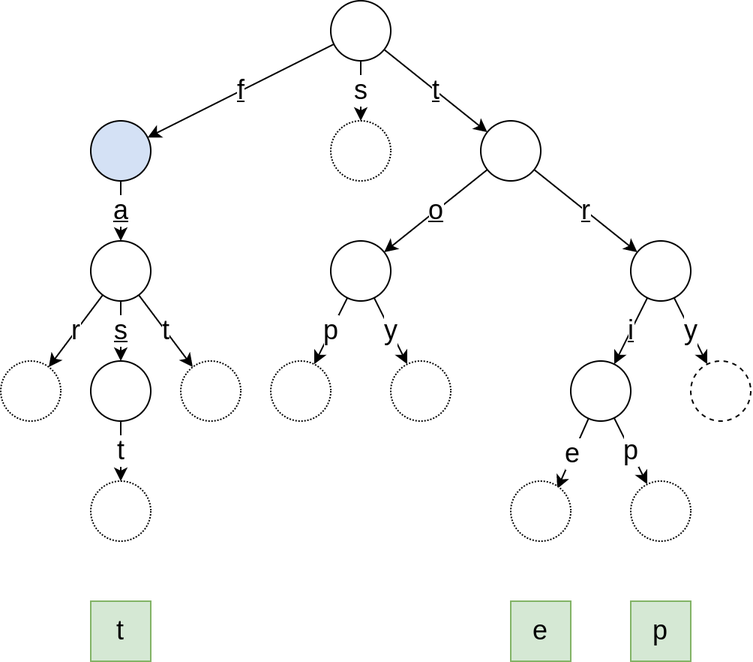
This is presentation/resources/initializing_surf_5.png from Lavode/63112-data-management-data-structures, a draw.io export, as it was before one commit. Source tidied: cells renumbered, new cells last; positions are measured from the earlier drawing's top-left corner, leaving out a move shared by most shapes. Its diagram source:
```xml
<mxGraphModel>
  <root>
    <mxCell id="0" />
    <mxCell id="1" parent="0" />
    <mxCell id="2" value="f" style="rounded=0;jettySize=auto;html=1;fontSize=18;fontStyle=4;" parent="1" edge="1" source="5" target="11">
      <mxGeometry relative="1" as="geometry" />
    </mxCell>
    <mxCell id="3" value="s" style="edgeStyle=none;rounded=0;jettySize=auto;html=1;fontSize=18;" parent="1" edge="1" source="5" target="9">
      <mxGeometry relative="1" as="geometry" />
    </mxCell>
    <mxCell id="4" value="t" style="edgeStyle=none;rounded=0;jettySize=auto;html=1;fontSize=18;fontStyle=4;" parent="1" edge="1" source="5" target="14">
      <mxGeometry relative="1" as="geometry" />
    </mxCell>
    <mxCell id="5" style="ellipse;whiteSpace=wrap;html=1;" parent="1" vertex="1">
      <mxGeometry x="220" width="40" height="40" as="geometry" />
    </mxCell>
    <mxCell id="6" value="t" style="whiteSpace=wrap;html=1;fontSize=18;align=center;fillColor=#d5e8d4;strokeColor=#82b366;" parent="1" vertex="1">
      <mxGeometry x="60" y="400" width="40" height="40" as="geometry" />
    </mxCell>
    <mxCell id="7" value="e" style="whiteSpace=wrap;html=1;fontSize=18;align=center;fillColor=#d5e8d4;strokeColor=#82b366;" parent="1" vertex="1">
      <mxGeometry x="340" y="400" width="40" height="40" as="geometry" />
    </mxCell>
    <mxCell id="8" value="p" style="whiteSpace=wrap;html=1;fontSize=18;align=center;fillColor=#d5e8d4;strokeColor=#82b366;" parent="1" vertex="1">
      <mxGeometry x="420" y="400" width="40" height="40" as="geometry" />
    </mxCell>
    <mxCell id="9" style="ellipse;whiteSpace=wrap;html=1;dashed=1;dashPattern=1 1;" parent="1" vertex="1">
      <mxGeometry x="220" y="80" width="40" height="40" as="geometry" />
    </mxCell>
    <mxCell id="10" value="&lt;u&gt;a&lt;/u&gt;" style="edgeStyle=none;rounded=0;jettySize=auto;html=1;fontSize=18;" parent="1" edge="1" source="11" target="18">
      <mxGeometry relative="1" as="geometry" />
    </mxCell>
    <mxCell id="11" style="ellipse;whiteSpace=wrap;html=1;labelBackgroundColor=default;fillColor=#D4E1F5;" parent="1" vertex="1">
      <mxGeometry x="60" y="80" width="40" height="40" as="geometry" />
    </mxCell>
    <mxCell id="12" value="o" style="edgeStyle=none;rounded=0;jettySize=auto;html=1;fontSize=18;fontStyle=4;" parent="1" edge="1" source="14" target="21">
      <mxGeometry relative="1" as="geometry" />
    </mxCell>
    <mxCell id="13" value="r" style="edgeStyle=none;rounded=0;jettySize=auto;html=1;fontSize=18;fontStyle=4;" parent="1" edge="1" source="14" target="24">
      <mxGeometry relative="1" as="geometry" />
    </mxCell>
    <mxCell id="14" style="ellipse;whiteSpace=wrap;html=1;" parent="1" vertex="1">
      <mxGeometry x="320" y="80" width="40" height="40" as="geometry" />
    </mxCell>
    <mxCell id="15" value="r" style="edgeStyle=none;rounded=0;jettySize=auto;html=1;fontSize=18;" parent="1" edge="1" source="18" target="27">
      <mxGeometry relative="1" as="geometry" />
    </mxCell>
    <mxCell id="16" value="t" style="edgeStyle=none;rounded=0;jettySize=auto;html=1;fontSize=18;" parent="1" edge="1" source="18" target="28">
      <mxGeometry relative="1" as="geometry" />
    </mxCell>
    <mxCell id="17" value="s" style="edgeStyle=none;rounded=0;jettySize=auto;html=1;fontSize=18;fontStyle=4;" parent="1" edge="1" source="18" target="26">
      <mxGeometry relative="1" as="geometry" />
    </mxCell>
    <mxCell id="18" style="ellipse;whiteSpace=wrap;html=1;labelBackgroundColor=default;" parent="1" vertex="1">
      <mxGeometry x="60" y="160" width="40" height="40" as="geometry" />
    </mxCell>
    <mxCell id="19" value="p" style="edgeStyle=none;rounded=0;jettySize=auto;html=1;fontSize=18;" parent="1" edge="1" source="21" target="29">
      <mxGeometry relative="1" as="geometry" />
    </mxCell>
    <mxCell id="20" value="y" style="edgeStyle=none;rounded=0;jettySize=auto;html=1;fontSize=18;" parent="1" edge="1" source="21" target="30">
      <mxGeometry relative="1" as="geometry" />
    </mxCell>
    <mxCell id="21" style="ellipse;whiteSpace=wrap;html=1;labelBackgroundColor=default;" parent="1" vertex="1">
      <mxGeometry x="220" y="160" width="40" height="40" as="geometry" />
    </mxCell>
    <mxCell id="22" value="i" style="edgeStyle=none;rounded=0;jettySize=auto;html=1;fontSize=18;fontStyle=4;" parent="1" edge="1" source="24" target="33">
      <mxGeometry relative="1" as="geometry" />
    </mxCell>
    <mxCell id="23" value="y" style="edgeStyle=none;rounded=0;jettySize=auto;html=1;fontSize=18;" parent="1" edge="1" source="24" target="34">
      <mxGeometry relative="1" as="geometry" />
    </mxCell>
    <mxCell id="24" style="ellipse;whiteSpace=wrap;html=1;labelBackgroundColor=default;" parent="1" vertex="1">
      <mxGeometry x="420" y="160" width="40" height="40" as="geometry" />
    </mxCell>
    <mxCell id="25" value="t" style="edgeStyle=none;rounded=0;jettySize=auto;html=1;fontSize=18;" parent="1" edge="1" source="26" target="35">
      <mxGeometry relative="1" as="geometry" />
    </mxCell>
    <mxCell id="26" style="ellipse;whiteSpace=wrap;html=1;labelBackgroundColor=default;" parent="1" vertex="1">
      <mxGeometry x="60" y="240" width="40" height="40" as="geometry" />
    </mxCell>
    <mxCell id="27" style="ellipse;whiteSpace=wrap;html=1;dashed=1;dashPattern=1 1;" parent="1" vertex="1">
      <mxGeometry y="240" width="40" height="40" as="geometry" />
    </mxCell>
    <mxCell id="28" style="ellipse;whiteSpace=wrap;html=1;dashed=1;dashPattern=1 1;" parent="1" vertex="1">
      <mxGeometry x="120" y="240" width="40" height="40" as="geometry" />
    </mxCell>
    <mxCell id="29" style="ellipse;whiteSpace=wrap;html=1;dashed=1;dashPattern=1 1;" parent="1" vertex="1">
      <mxGeometry x="180" y="240" width="40" height="40" as="geometry" />
    </mxCell>
    <mxCell id="30" style="ellipse;whiteSpace=wrap;html=1;dashed=1;dashPattern=1 1;" parent="1" vertex="1">
      <mxGeometry x="260" y="240" width="40" height="40" as="geometry" />
    </mxCell>
    <mxCell id="31" value="e" style="edgeStyle=none;rounded=0;jettySize=auto;html=1;entryX=0.775;entryY=0.128;entryDx=0;entryDy=0;entryPerimeter=0;fontSize=18;" parent="1" edge="1" source="33" target="36">
      <mxGeometry relative="1" as="geometry" />
    </mxCell>
    <mxCell id="32" value="p" style="edgeStyle=none;rounded=0;jettySize=auto;html=1;fontSize=18;" parent="1" edge="1" source="33" target="37">
      <mxGeometry relative="1" as="geometry" />
    </mxCell>
    <mxCell id="33" style="ellipse;whiteSpace=wrap;html=1;labelBackgroundColor=default;" parent="1" vertex="1">
      <mxGeometry x="380" y="240" width="40" height="40" as="geometry" />
    </mxCell>
    <mxCell id="34" style="ellipse;whiteSpace=wrap;html=1;labelBackgroundColor=default;dashed=1;" parent="1" vertex="1">
      <mxGeometry x="460" y="240" width="40" height="40" as="geometry" />
    </mxCell>
    <mxCell id="35" style="ellipse;whiteSpace=wrap;html=1;dashed=1;dashPattern=1 1;" parent="1" vertex="1">
      <mxGeometry x="60" y="320" width="40" height="40" as="geometry" />
    </mxCell>
    <mxCell id="36" style="ellipse;whiteSpace=wrap;html=1;dashed=1;dashPattern=1 1;" parent="1" vertex="1">
      <mxGeometry x="340" y="320" width="40" height="40" as="geometry" />
    </mxCell>
    <mxCell id="37" style="ellipse;whiteSpace=wrap;html=1;dashed=1;dashPattern=1 1;" parent="1" vertex="1">
      <mxGeometry x="420" y="320" width="40" height="40" as="geometry" />
    </mxCell>
  </root>
</mxGraphModel>
```
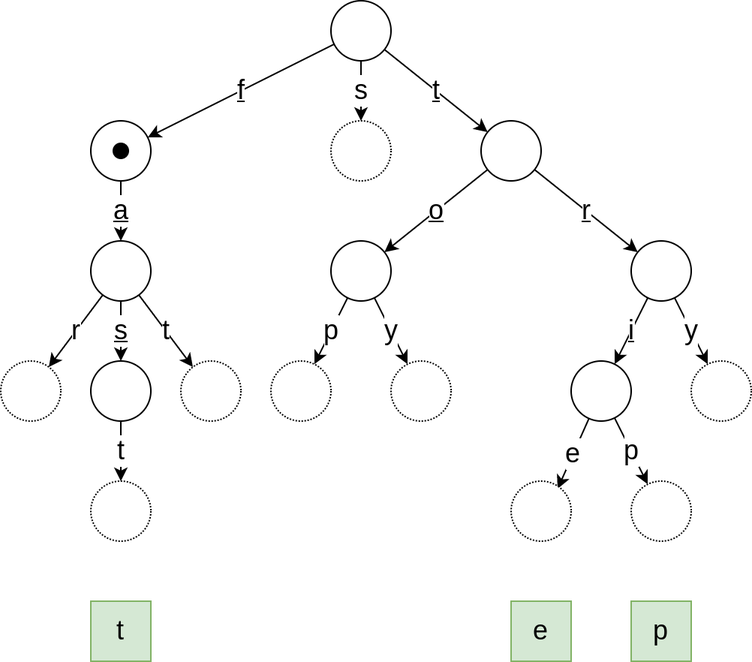
After the commit.

The edit, as a diff of the source:
```diff
@@ -29,7 +29,7 @@
     <mxCell id="10" value="&lt;u&gt;a&lt;/u&gt;" style="edgeStyle=none;rounded=0;jettySize=auto;html=1;fontSize=18;" parent="1" edge="1" source="11" target="18">
       <mxGeometry relative="1" as="geometry" />
     </mxCell>
-    <mxCell id="11" style="ellipse;whiteSpace=wrap;html=1;labelBackgroundColor=default;fillColor=#D4E1F5;" parent="1" vertex="1">
+    <mxCell id="11" style="ellipse;whiteSpace=wrap;html=1;labelBackgroundColor=default;fillColor=none;strokeWidth=1;" parent="1" vertex="1">
       <mxGeometry x="60" y="80" width="40" height="40" as="geometry" />
     </mxCell>
     <mxCell id="12" value="o" style="edgeStyle=none;rounded=0;jettySize=auto;html=1;fontSize=18;fontStyle=4;" parent="1" edge="1" source="14" target="21">
@@ -98,7 +98,7 @@
     <mxCell id="33" style="ellipse;whiteSpace=wrap;html=1;labelBackgroundColor=default;" parent="1" vertex="1">
       <mxGeometry x="380" y="240" width="40" height="40" as="geometry" />
     </mxCell>
-    <mxCell id="34" style="ellipse;whiteSpace=wrap;html=1;labelBackgroundColor=default;dashed=1;" parent="1" vertex="1">
+    <mxCell id="34" style="ellipse;whiteSpace=wrap;html=1;labelBackgroundColor=default;dashed=1;dashPattern=1 1;" parent="1" vertex="1">
       <mxGeometry x="460" y="240" width="40" height="40" as="geometry" />
     </mxCell>
     <mxCell id="35" style="ellipse;whiteSpace=wrap;html=1;dashed=1;dashPattern=1 1;" parent="1" vertex="1">
@@ -110,5 +110,8 @@
     <mxCell id="37" style="ellipse;whiteSpace=wrap;html=1;dashed=1;dashPattern=1 1;" parent="1" vertex="1">
       <mxGeometry x="420" y="320" width="40" height="40" as="geometry" />
     </mxCell>
+    <mxCell id="38" style="ellipse;whiteSpace=wrap;html=1;shadow=0;labelBackgroundColor=none;sketch=0;fontSize=28;strokeColor=#000000;strokeWidth=1;fillColor=#000000;align=left;verticalAlign=top;" parent="1" vertex="1">
+      <mxGeometry x="75" y="95" width="10" height="10" as="geometry" />
+    </mxCell>
   </root>
 </mxGraphModel>
```
